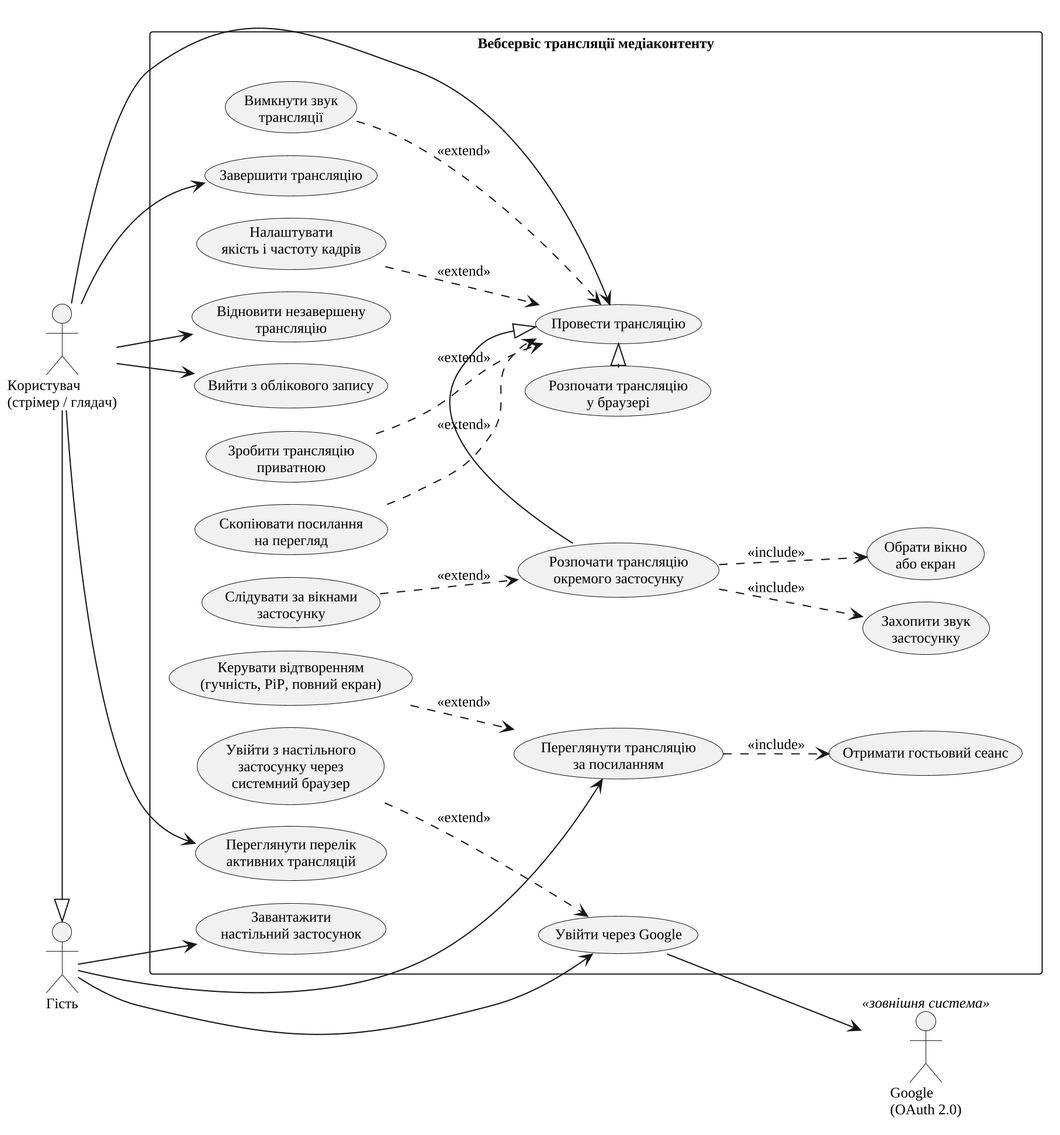
Earlier version of the PlantUML export thesis/diagrams/fig-use-cases.png (Nikitos1926/stream-share). Source of this version:
```plantuml
@startuml
!pragma layout smetana
skinparam defaultFontName "Liberation Serif"
skinparam dpi 200
skinparam shadowing false
skinparam monochrome true
skinparam defaultFontSize 12
skinparam packageStyle rectangle
left to right direction

actor "Гість" as Guest
actor "Користувач\n(стрімер / глядач)" as User
actor "Google\n(OAuth 2.0)" as Google <<зовнішня система>>

User -|> Guest

rectangle "Вебсервіс трансляції медіаконтенту" {
  usecase "Переглянути трансляцію\nза посиланням" as UC_Watch
  usecase "Отримати гостьовий сеанс" as UC_GuestSession
  usecase "Керувати відтворенням\n(гучність, PiP, повний екран)" as UC_Playback
  usecase "Завантажити\nнастільний застосунок" as UC_Download

  usecase "Увійти через Google" as UC_Login
  usecase "Увійти з настільного\nзастосунку через\nсистемний браузер" as UC_DesktopLogin
  usecase "Вийти з облікового запису" as UC_Logout
  usecase "Переглянути перелік\nактивних трансляцій" as UC_List

  usecase "Провести трансляцію" as UC_Stream
  usecase "Розпочати трансляцію\nу браузері" as UC_BrowserStream
  usecase "Розпочати трансляцію\nокремого застосунку" as UC_AppStream
  usecase "Обрати вікно\nабо екран" as UC_PickSource
  usecase "Захопити звук\nзастосунку" as UC_AppAudio
  usecase "Слідувати за вікнами\nзастосунку" as UC_Follow
  usecase "Налаштувати\nякість і частоту кадрів" as UC_Quality
  usecase "Зробити трансляцію\nприватною" as UC_Private
  usecase "Скопіювати посилання\nна перегляд" as UC_Link
  usecase "Вимкнути звук\nтрансляції" as UC_Mute
  usecase "Завершити трансляцію" as UC_End
  usecase "Відновити незавершену\nтрансляцію" as UC_Reconnect
}

Guest --> UC_Watch
Guest --> UC_Download
Guest --> UC_Login
UC_Watch ..> UC_GuestSession : <<include>>
UC_Playback ..> UC_Watch : <<extend>>
UC_DesktopLogin ..> UC_Login : <<extend>>
UC_Login --> Google

User --> UC_Logout
User --> UC_List
User --> UC_Stream
User --> UC_End
User --> UC_Reconnect

UC_BrowserStream -|> UC_Stream
UC_AppStream -|> UC_Stream
UC_AppStream ..> UC_PickSource : <<include>>
UC_AppStream ..> UC_AppAudio : <<include>>
UC_Follow ..> UC_AppStream : <<extend>>
UC_Quality ..> UC_Stream : <<extend>>
UC_Private ..> UC_Stream : <<extend>>
UC_Link ..> UC_Stream : <<extend>>
UC_Mute ..> UC_Stream : <<extend>>
@enduml
```
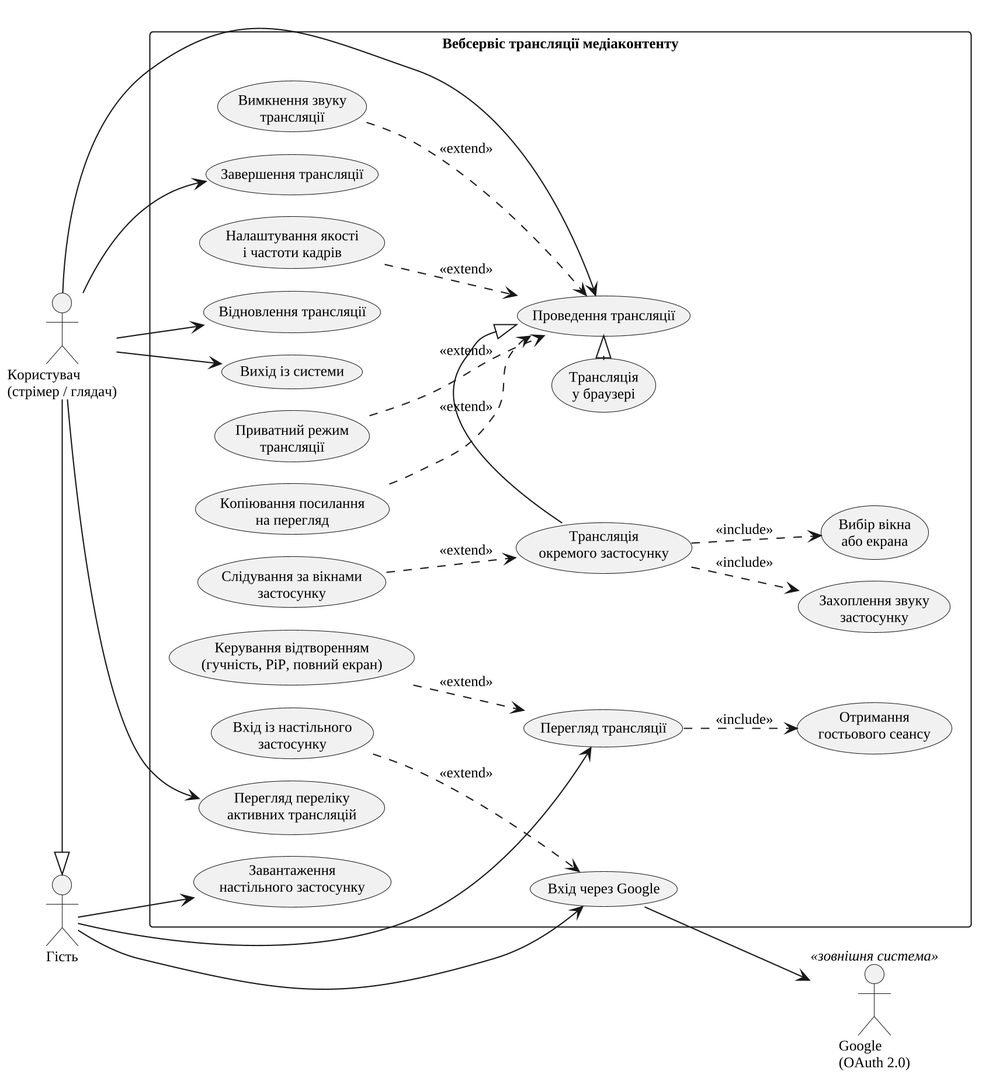
Later version of the same file.

Diff of the diagram source:
```diff
@@ -15,28 +15,28 @@
 User -|> Guest
 
 rectangle "Вебсервіс трансляції медіаконтенту" {
-  usecase "Переглянути трансляцію\nза посиланням" as UC_Watch
-  usecase "Отримати гостьовий сеанс" as UC_GuestSession
-  usecase "Керувати відтворенням\n(гучність, PiP, повний екран)" as UC_Playback
-  usecase "Завантажити\nнастільний застосунок" as UC_Download
+  usecase "Перегляд трансляції" as UC_Watch
+  usecase "Отримання\nгостьового сеансу" as UC_GuestSession
+  usecase "Керування відтворенням\n(гучність, PiP, повний екран)" as UC_Playback
+  usecase "Завантаження\nнастільного застосунку" as UC_Download
 
-  usecase "Увійти через Google" as UC_Login
-  usecase "Увійти з настільного\nзастосунку через\nсистемний браузер" as UC_DesktopLogin
-  usecase "Вийти з облікового запису" as UC_Logout
-  usecase "Переглянути перелік\nактивних трансляцій" as UC_List
+  usecase "Вхід через Google" as UC_Login
+  usecase "Вхід із настільного\nзастосунку" as UC_DesktopLogin
+  usecase "Вихід із системи" as UC_Logout
+  usecase "Перегляд переліку\nактивних трансляцій" as UC_List
 
-  usecase "Провести трансляцію" as UC_Stream
-  usecase "Розпочати трансляцію\nу браузері" as UC_BrowserStream
-  usecase "Розпочати трансляцію\nокремого застосунку" as UC_AppStream
-  usecase "Обрати вікно\nабо екран" as UC_PickSource
-  usecase "Захопити звук\nзастосунку" as UC_AppAudio
-  usecase "Слідувати за вікнами\nзастосунку" as UC_Follow
-  usecase "Налаштувати\nякість і частоту кадрів" as UC_Quality
-  usecase "Зробити трансляцію\nприватною" as UC_Private
-  usecase "Скопіювати посилання\nна перегляд" as UC_Link
-  usecase "Вимкнути звук\nтрансляції" as UC_Mute
-  usecase "Завершити трансляцію" as UC_End
-  usecase "Відновити незавершену\nтрансляцію" as UC_Reconnect
+  usecase "Проведення трансляції" as UC_Stream
+  usecase "Трансляція\nу браузері" as UC_BrowserStream
+  usecase "Трансляція\nокремого застосунку" as UC_AppStream
+  usecase "Вибір вікна\nабо екрана" as UC_PickSource
+  usecase "Захоплення звуку\nзастосунку" as UC_AppAudio
+  usecase "Слідування за вікнами\nзастосунку" as UC_Follow
+  usecase "Налаштування якості\nі частоти кадрів" as UC_Quality
+  usecase "Приватний режим\nтрансляції" as UC_Private
+  usecase "Копіювання посилання\nна перегляд" as UC_Link
+  usecase "Вимкнення звуку\nтрансляції" as UC_Mute
+  usecase "Завершення трансляції" as UC_End
+  usecase "Відновлення трансляції" as UC_Reconnect
 }
 
 Guest --> UC_Watch
```
